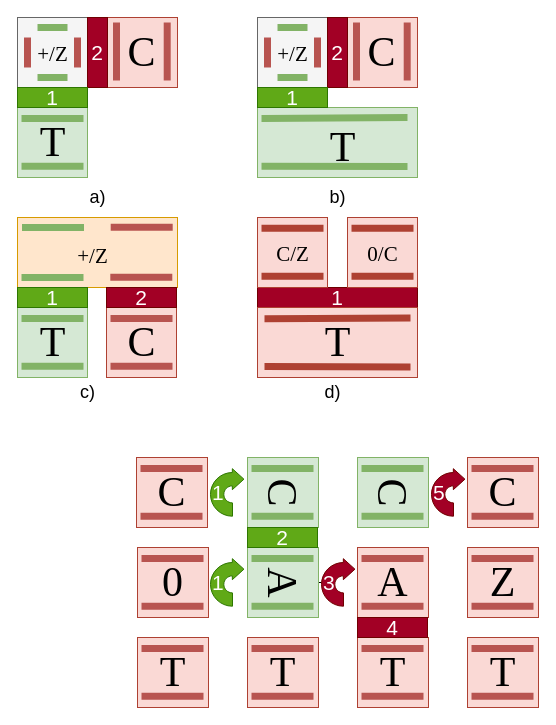
The draw.io diagram translation.drawio in alexandrupaler/alexandrupaler.github.io, before the edit. Source tidied: cells renumbered, new cells numbered last; positions are measured from the earlier drawing's top-left corner, leaving out a move shared by most shapes. Both pictures are drawn from the tidied source at 100%, with x=0, y=0 at pixel (17, 17).
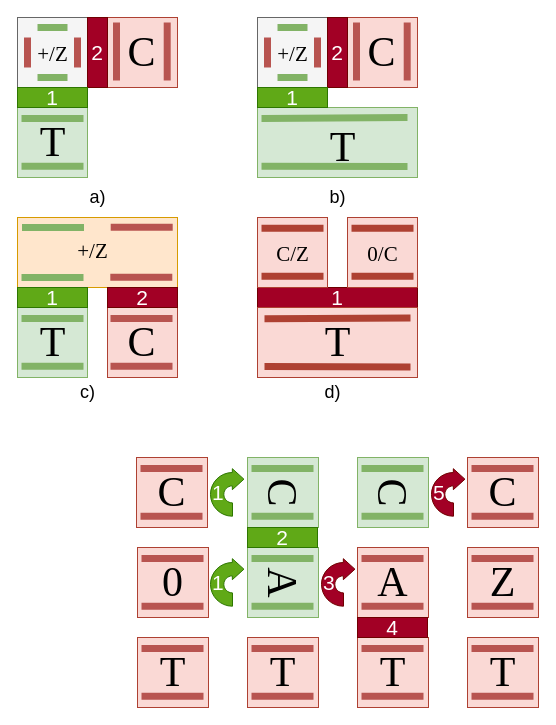
Above is the later version.

Unchanged cells that the change refers to:
```xml
<mxCell id="11" value="3" style="html=1;shadow=0;dashed=0;align=left;verticalAlign=middle;shape=mxgraph.arrows2.uTurnArrow;dy=6.66;arrowHead=20.98;dx2=11.59;fillColor=#a20025;strokeColor=#6F0000;fontFamily=Helvetica;fontStyle=0;fontSize=21;fontColor=#ffffff;" parent="1" vertex="1">
  <mxGeometry x="304" y="541.2" width="22" height="47.5" as="geometry" />
</mxCell>
<mxCell id="59" value="A" style="text;html=1;align=center;verticalAlign=middle;points=[];strokeColor=none;fillColor=none;fontSize=42;fontFamily=Garamond;rotation=90;" parent="1" vertex="1">
  <mxGeometry x="240" y="535" width="50" height="60" as="geometry" />
</mxCell>
```

What changed in the source:
```diff
@@
-    <mxCell id="10" style="edgeStyle=orthogonalEdgeStyle;rounded=0;jettySize=auto;html=1;" parent="1" edge="1" source="11" target="59">
-      <mxGeometry relative="1" as="geometry" />
-    </mxCell>
@@
     <mxCell id="69" value="&lt;font style=&quot;font-size: 21px;&quot;&gt;+/Z&lt;/font&gt;" style="text;html=1;align=center;verticalAlign=middle;strokeColor=none;fillColor=none;fontSize=31;fontFamily=Garamond;" parent="1" vertex="1">
-      <mxGeometry x="50" y="210" width="50" height="50" as="geometry" />
+      <mxGeometry x="50" y="205" width="50" height="50" as="geometry" />
     </mxCell>
     <mxCell id="70" style="rounded=0;whiteSpace=wrap;html=1;fillColor=#fad9d5;strokeColor=#ae4132;" parent="1" vertex="1">
-      <mxGeometry x="89" y="290" width="70" height="70" as="geometry" />
+      <mxGeometry x="90" y="290" width="70" height="70" as="geometry" />
     </mxCell>
@@
     <mxCell id="78" value="2" style="rounded=0;whiteSpace=wrap;html=1;fillColor=#a20025;fontColor=#ffffff;strokeColor=#6F0000;fontSize=21;" parent="1" vertex="1">
-      <mxGeometry x="89" y="270" width="70" height="20" as="geometry" />
+      <mxGeometry x="90" y="270" width="70" height="20" as="geometry" />
     </mxCell>
```
